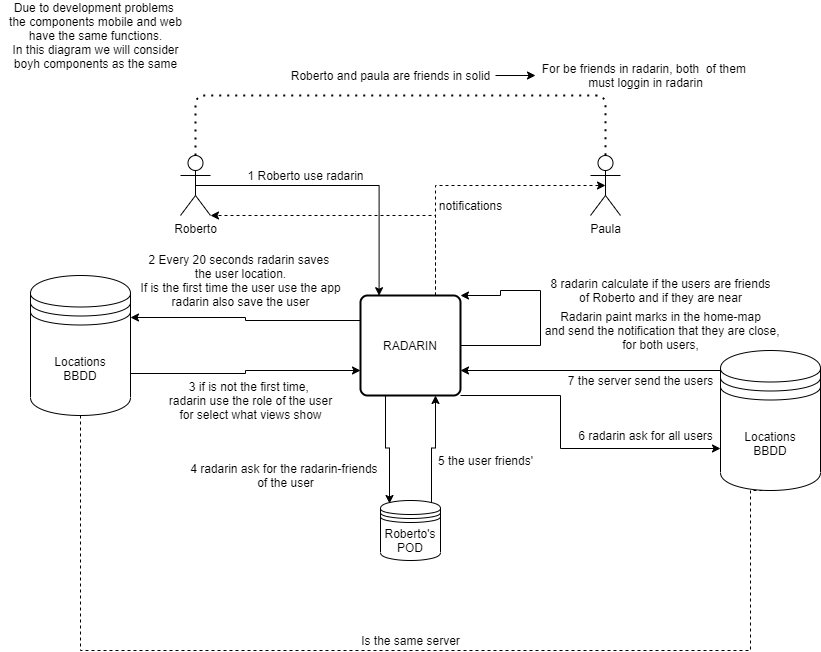
Before: webapp/docs/images/03_CasosDeUso.png, a diagram exported from draw.io (Arquisoft/radarin_es6b). Source tidied: cells renumbered, new cells last; positions are measured from the earlier drawing's top-left corner, leaving out a move shared by most shapes.
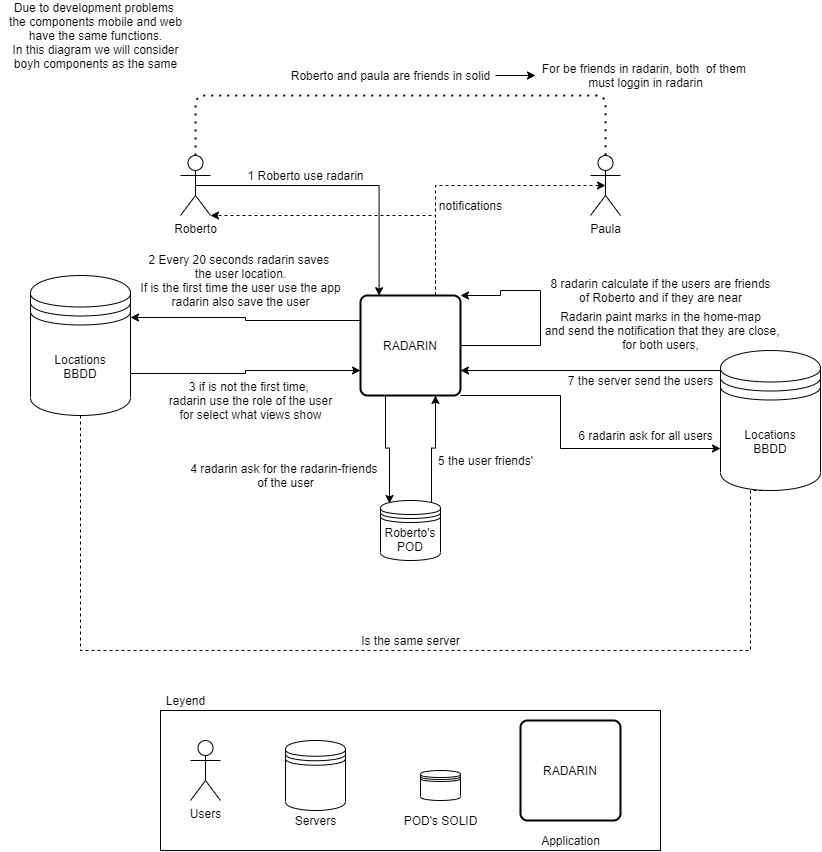
Above is the later version.

What changed in the source:
```diff
@@ -82,6 +82,7 @@
         <Array as="points">
           <mxPoint x="80" y="650" />
           <mxPoint x="750" y="650" />
+          <mxPoint x="750" y="490" />
         </Array>
       </mxGeometry>
     </mxCell>
@@ -134,5 +135,32 @@
     <mxCell id="34" value="7 the server send the users" style="text;html=1;align=center;verticalAlign=middle;" parent="1" vertex="1">
       <mxGeometry x="560" y="370" width="160" height="20" as="geometry" />
     </mxCell>
+    <mxCell id="35" value="Users" style="shape=umlActor;verticalLabelPosition=bottom;verticalAlign=top;html=1;" parent="1" vertex="1">
+      <mxGeometry x="190" y="740" width="30" height="60" as="geometry" />
+    </mxCell>
+    <mxCell id="36" style="shape=datastore;whiteSpace=wrap;html=1;" parent="1" vertex="1">
+      <mxGeometry x="285" y="740" width="60" height="70" as="geometry" />
+    </mxCell>
+    <mxCell id="37" value="Servers" style="text;html=1;align=center;verticalAlign=middle;" parent="1" vertex="1">
+      <mxGeometry x="285" y="810" width="60" height="20" as="geometry" />
+    </mxCell>
+    <mxCell id="38" style="shape=datastore;whiteSpace=wrap;html=1;" parent="1" vertex="1">
+      <mxGeometry x="420" y="770" width="40" height="30" as="geometry" />
+    </mxCell>
+    <mxCell id="39" value="POD's SOLID" style="text;html=1;align=center;verticalAlign=middle;" parent="1" vertex="1">
+      <mxGeometry x="395" y="810" width="90" height="20" as="geometry" />
+    </mxCell>
+    <mxCell id="40" value="RADARIN&lt;br&gt;" style="rounded=1;whiteSpace=wrap;html=1;absoluteArcSize=1;arcSize=14;strokeWidth=2;" parent="1" vertex="1">
+      <mxGeometry x="520" y="720" width="100" height="100" as="geometry" />
+    </mxCell>
+    <mxCell id="41" value="Application" style="text;html=1;align=center;verticalAlign=middle;" parent="1" vertex="1">
+      <mxGeometry x="535" y="830" width="70" height="20" as="geometry" />
+    </mxCell>
+    <mxCell id="42" style="rounded=0;whiteSpace=wrap;html=1;fillColor=none;" parent="1" vertex="1">
+      <mxGeometry x="160" y="710" width="500" height="140" as="geometry" />
+    </mxCell>
+    <mxCell id="43" value="Leyend" style="text;html=1;align=center;verticalAlign=middle;" parent="1" vertex="1">
+      <mxGeometry x="160" y="690" width="50" height="20" as="geometry" />
+    </mxCell>
   </root>
 </mxGraphModel>
```
